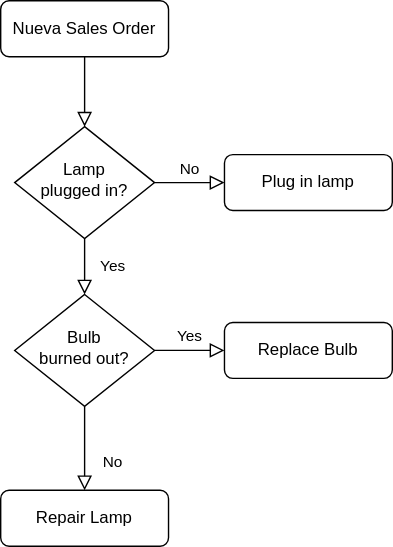
Above: Pedidos.svg in erick12357/pruebaRest (draw.io), before the change. Source tidied: cells renumbered, new cells last; positions are measured from the earlier drawing's top-left corner, leaving out a move shared by most shapes. Its diagram source:
```xml
<mxGraphModel>
  <root>
    <mxCell id="0" />
    <mxCell id="1" parent="0" />
    <mxCell id="2" style="rounded=0;html=1;jettySize=auto;fontSize=11;endArrow=block;endFill=0;endSize=8;strokeWidth=1;shadow=0;labelBackgroundColor=none;edgeStyle=orthogonalEdgeStyle;" parent="1" edge="1" source="3" target="6">
      <mxGeometry relative="1" as="geometry" />
    </mxCell>
    <mxCell id="3" value="Nueva Sales Order" style="rounded=1;whiteSpace=wrap;html=1;fontSize=12;glass=0;strokeWidth=1;shadow=0;" parent="1" vertex="1">
      <mxGeometry width="120" height="40" as="geometry" />
    </mxCell>
    <mxCell id="4" value="Yes" style="rounded=0;html=1;jettySize=auto;fontSize=11;endArrow=block;endFill=0;endSize=8;strokeWidth=1;shadow=0;labelBackgroundColor=none;edgeStyle=orthogonalEdgeStyle;" parent="1" edge="1" source="6" target="10">
      <mxGeometry y="20" relative="1" as="geometry" />
    </mxCell>
    <mxCell id="5" value="No" style="edgeStyle=orthogonalEdgeStyle;rounded=0;html=1;jettySize=auto;fontSize=11;endArrow=block;endFill=0;endSize=8;strokeWidth=1;shadow=0;labelBackgroundColor=none;" parent="1" edge="1" source="6" target="7">
      <mxGeometry y="10" relative="1" as="geometry" />
    </mxCell>
    <mxCell id="6" value="Lamp&lt;br&gt;plugged in?" style="rhombus;whiteSpace=wrap;html=1;shadow=0;fontFamily=Helvetica;fontSize=12;align=center;strokeWidth=1;spacing=6;spacingTop=-4;" parent="1" vertex="1">
      <mxGeometry x="10" y="90" width="100" height="80" as="geometry" />
    </mxCell>
    <mxCell id="7" value="Plug in lamp" style="rounded=1;whiteSpace=wrap;html=1;fontSize=12;glass=0;strokeWidth=1;shadow=0;" parent="1" vertex="1">
      <mxGeometry x="160" y="110" width="120" height="40" as="geometry" />
    </mxCell>
    <mxCell id="8" value="No" style="rounded=0;html=1;jettySize=auto;fontSize=11;endArrow=block;endFill=0;endSize=8;strokeWidth=1;shadow=0;labelBackgroundColor=none;edgeStyle=orthogonalEdgeStyle;" parent="1" edge="1" source="10" target="11">
      <mxGeometry x="0.33" y="20" relative="1" as="geometry" />
    </mxCell>
    <mxCell id="9" value="Yes" style="edgeStyle=orthogonalEdgeStyle;rounded=0;html=1;jettySize=auto;fontSize=11;endArrow=block;endFill=0;endSize=8;strokeWidth=1;shadow=0;labelBackgroundColor=none;" parent="1" edge="1" source="10" target="12">
      <mxGeometry y="10" relative="1" as="geometry" />
    </mxCell>
    <mxCell id="10" value="Bulb&lt;br&gt;burned out?" style="rhombus;whiteSpace=wrap;html=1;shadow=0;fontFamily=Helvetica;fontSize=12;align=center;strokeWidth=1;spacing=6;spacingTop=-4;" parent="1" vertex="1">
      <mxGeometry x="10" y="210" width="100" height="80" as="geometry" />
    </mxCell>
    <mxCell id="11" value="Repair Lamp" style="rounded=1;whiteSpace=wrap;html=1;fontSize=12;glass=0;strokeWidth=1;shadow=0;" parent="1" vertex="1">
      <mxGeometry y="350" width="120" height="40" as="geometry" />
    </mxCell>
    <mxCell id="12" value="Replace Bulb" style="rounded=1;whiteSpace=wrap;html=1;fontSize=12;glass=0;strokeWidth=1;shadow=0;" parent="1" vertex="1">
      <mxGeometry x="160" y="230" width="120" height="40" as="geometry" />
    </mxCell>
  </root>
</mxGraphModel>
```
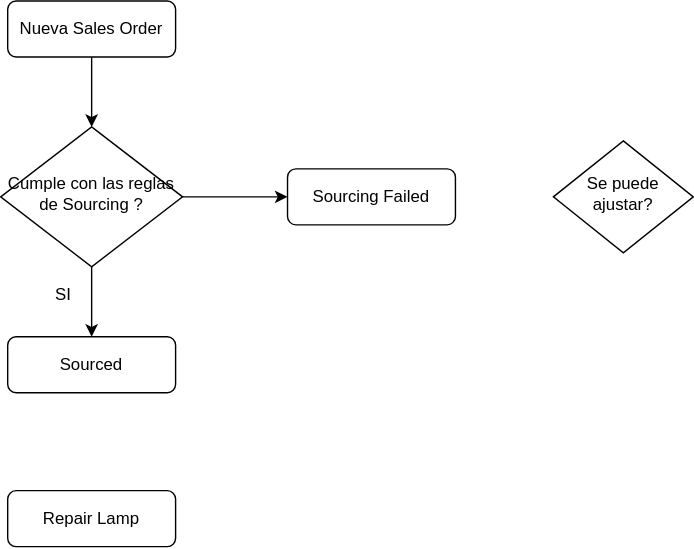
The same file after the commit.

The edit, as a diff of the source:
```diff
@@ -2,38 +2,37 @@
   <root>
     <mxCell id="0" />
     <mxCell id="1" parent="0" />
-    <mxCell id="2" style="rounded=0;html=1;jettySize=auto;fontSize=11;endArrow=block;endFill=0;endSize=8;strokeWidth=1;shadow=0;labelBackgroundColor=none;edgeStyle=orthogonalEdgeStyle;" parent="1" edge="1" source="3" target="6">
-      <mxGeometry relative="1" as="geometry" />
-    </mxCell>
     <mxCell id="3" value="Nueva Sales Order" style="rounded=1;whiteSpace=wrap;html=1;fontSize=12;glass=0;strokeWidth=1;shadow=0;" parent="1" vertex="1">
       <mxGeometry width="120" height="40" as="geometry" />
     </mxCell>
-    <mxCell id="4" value="Yes" style="rounded=0;html=1;jettySize=auto;fontSize=11;endArrow=block;endFill=0;endSize=8;strokeWidth=1;shadow=0;labelBackgroundColor=none;edgeStyle=orthogonalEdgeStyle;" parent="1" edge="1" source="6" target="10">
-      <mxGeometry y="20" relative="1" as="geometry" />
-    </mxCell>
-    <mxCell id="5" value="No" style="edgeStyle=orthogonalEdgeStyle;rounded=0;html=1;jettySize=auto;fontSize=11;endArrow=block;endFill=0;endSize=8;strokeWidth=1;shadow=0;labelBackgroundColor=none;" parent="1" edge="1" source="6" target="7">
-      <mxGeometry y="10" relative="1" as="geometry" />
-    </mxCell>
-    <mxCell id="6" value="Lamp&lt;br&gt;plugged in?" style="rhombus;whiteSpace=wrap;html=1;shadow=0;fontFamily=Helvetica;fontSize=12;align=center;strokeWidth=1;spacing=6;spacingTop=-4;" parent="1" vertex="1">
-      <mxGeometry x="10" y="90" width="100" height="80" as="geometry" />
+    <mxCell id="6" value="Cumple con las reglas de Sourcing ?" style="rhombus;whiteSpace=wrap;html=1;shadow=0;fontFamily=Helvetica;fontSize=12;align=center;strokeWidth=1;spacing=6;spacingTop=-4;" parent="1" vertex="1">
+      <mxGeometry x="-5" y="90" width="130" height="100" as="geometry" />
     </mxCell>
-    <mxCell id="7" value="Plug in lamp" style="rounded=1;whiteSpace=wrap;html=1;fontSize=12;glass=0;strokeWidth=1;shadow=0;" parent="1" vertex="1">
-      <mxGeometry x="160" y="110" width="120" height="40" as="geometry" />
+    <mxCell id="7" value="Sourcing Failed" style="rounded=1;whiteSpace=wrap;html=1;fontSize=12;glass=0;strokeWidth=1;shadow=0;" parent="1" vertex="1">
+      <mxGeometry x="200" y="120" width="120" height="40" as="geometry" />
     </mxCell>
-    <mxCell id="8" value="No" style="rounded=0;html=1;jettySize=auto;fontSize=11;endArrow=block;endFill=0;endSize=8;strokeWidth=1;shadow=0;labelBackgroundColor=none;edgeStyle=orthogonalEdgeStyle;" parent="1" edge="1" source="10" target="11">
-      <mxGeometry x="0.33" y="20" relative="1" as="geometry" />
-    </mxCell>
-    <mxCell id="9" value="Yes" style="edgeStyle=orthogonalEdgeStyle;rounded=0;html=1;jettySize=auto;fontSize=11;endArrow=block;endFill=0;endSize=8;strokeWidth=1;shadow=0;labelBackgroundColor=none;" parent="1" edge="1" source="10" target="12">
-      <mxGeometry y="10" relative="1" as="geometry" />
-    </mxCell>
-    <mxCell id="10" value="Bulb&lt;br&gt;burned out?" style="rhombus;whiteSpace=wrap;html=1;shadow=0;fontFamily=Helvetica;fontSize=12;align=center;strokeWidth=1;spacing=6;spacingTop=-4;" parent="1" vertex="1">
-      <mxGeometry x="10" y="210" width="100" height="80" as="geometry" />
+    <mxCell id="10" value="Se puede&lt;br&gt;ajustar?" style="rhombus;whiteSpace=wrap;html=1;shadow=0;fontFamily=Helvetica;fontSize=12;align=center;strokeWidth=1;spacing=6;spacingTop=-4;" parent="1" vertex="1">
+      <mxGeometry x="390" y="100" width="100" height="80" as="geometry" />
     </mxCell>
     <mxCell id="11" value="Repair Lamp" style="rounded=1;whiteSpace=wrap;html=1;fontSize=12;glass=0;strokeWidth=1;shadow=0;" parent="1" vertex="1">
       <mxGeometry y="350" width="120" height="40" as="geometry" />
     </mxCell>
-    <mxCell id="12" value="Replace Bulb" style="rounded=1;whiteSpace=wrap;html=1;fontSize=12;glass=0;strokeWidth=1;shadow=0;" parent="1" vertex="1">
-      <mxGeometry x="160" y="230" width="120" height="40" as="geometry" />
+    <mxCell id="12" value="Sourced" style="rounded=1;whiteSpace=wrap;html=1;fontSize=12;glass=0;strokeWidth=1;shadow=0;" parent="1" vertex="1">
+      <mxGeometry y="240" width="120" height="40" as="geometry" />
     </mxCell>
+    <mxCell id="2" style="endArrow=classic;html=1;exitX=0.5;exitY=1;exitDx=0;exitDy=0;" parent="1" edge="1" source="3" target="6">
+      <mxGeometry relative="1" as="geometry" />
+    </mxCell>
+    <mxCell id="13" style="endArrow=classic;html=1;exitX=0.5;exitY=1;exitDx=0;exitDy=0;entryX=0.5;entryY=0;entryDx=0;entryDy=0;" parent="1" edge="1" source="6" target="12">
+      <mxGeometry relative="1" as="geometry" />
+    </mxCell>
+    <mxCell id="14" value="SI" style="text;html=1;strokeColor=none;fillColor=none;align=center;verticalAlign=middle;whiteSpace=wrap;rounded=0;" parent="1" vertex="1">
+      <mxGeometry x="20" y="200" width="40" height="20" as="geometry" />
+    </mxCell>
+    <mxCell id="15" style="endArrow=classic;html=1;exitX=1;exitY=0.5;exitDx=0;exitDy=0;" parent="1" edge="1" source="6">
+      <mxGeometry relative="1" as="geometry">
+        <mxPoint x="200" y="140" as="targetPoint" />
+      </mxGeometry>
+    </mxCell>
   </root>
 </mxGraphModel>
```
